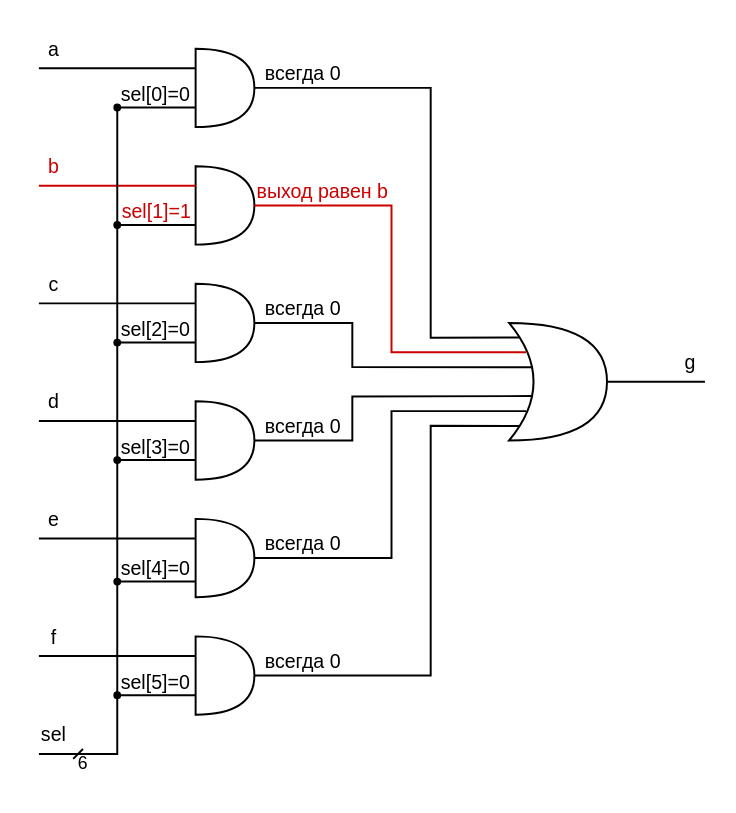
This is .pic/Introduction/How FPGA works/fig_10.drawio.svg from MPSU/APS, a draw.io export, as it was before one commit. Source tidied: cells renumbered, new cells last; positions are measured from the earlier drawing's top-left corner, leaving out a move shared by most shapes.
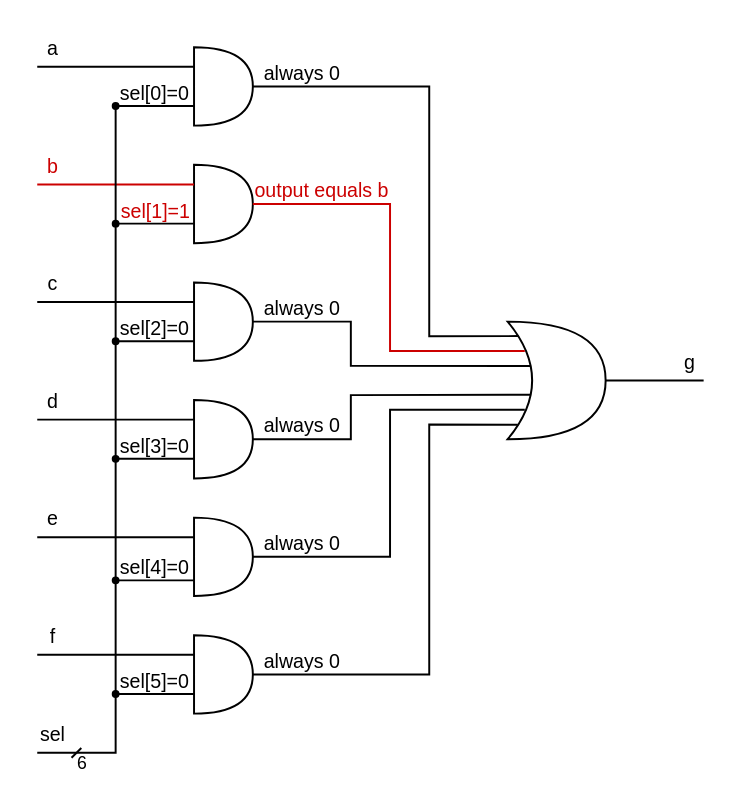
The same diagram one commit later.

What changed in the source:
```diff
@@ -211,22 +211,22 @@
     <mxCell id="44" value="g" style="text;html=1;align=center;verticalAlign=middle;strokeColor=none;fillColor=none;fontSize=20;fontColor=#000000;strokeWidth=2;" parent="1" vertex="1">
       <mxGeometry x="660" y="320" width="30" height="40" as="geometry" />
     </mxCell>
-    <mxCell id="45" value="&lt;font style=&quot;font-size: 20px;&quot;&gt;всегда 0&lt;br&gt;&lt;/font&gt;" style="text;html=1;strokeColor=none;fillColor=none;align=center;verticalAlign=middle;whiteSpace=wrap;rounded=0;fontSize=11;fontColor=#000000;" parent="1" vertex="1">
+    <mxCell id="45" value="&lt;font style=&quot;font-size: 20px;&quot;&gt;always 0&lt;br&gt;&lt;/font&gt;" style="text;html=1;strokeColor=none;fillColor=none;align=center;verticalAlign=middle;whiteSpace=wrap;rounded=0;fontSize=11;fontColor=#000000;" parent="1" vertex="1">
       <mxGeometry x="230" y="30" width="100" height="30" as="geometry" />
     </mxCell>
-    <mxCell id="46" value="&lt;font style=&quot;font-size: 20px;&quot;&gt;всегда 0&lt;br&gt;&lt;/font&gt;" style="text;html=1;strokeColor=none;fillColor=none;align=center;verticalAlign=middle;whiteSpace=wrap;rounded=0;fontSize=11;fontColor=#000000;" parent="1" vertex="1">
+    <mxCell id="46" value="&lt;font style=&quot;font-size: 20px;&quot;&gt;always 0&lt;/font&gt;" style="text;html=1;strokeColor=none;fillColor=none;align=center;verticalAlign=middle;whiteSpace=wrap;rounded=0;fontSize=11;fontColor=#000000;" parent="1" vertex="1">
       <mxGeometry x="230" y="270" width="100" height="30" as="geometry" />
     </mxCell>
-    <mxCell id="47" value="&lt;font style=&quot;font-size: 20px;&quot;&gt;всегда 0&lt;br&gt;&lt;/font&gt;" style="text;html=1;strokeColor=none;fillColor=none;align=center;verticalAlign=middle;whiteSpace=wrap;rounded=0;fontSize=11;fontColor=#000000;" parent="1" vertex="1">
+    <mxCell id="47" value="&lt;font style=&quot;font-size: 20px;&quot;&gt;always 0&lt;/font&gt;" style="text;html=1;strokeColor=none;fillColor=none;align=center;verticalAlign=middle;whiteSpace=wrap;rounded=0;fontSize=11;fontColor=#000000;" parent="1" vertex="1">
       <mxGeometry x="230" y="390" width="100" height="30" as="geometry" />
     </mxCell>
-    <mxCell id="48" value="&lt;font style=&quot;font-size: 20px;&quot;&gt;всегда 0&lt;br&gt;&lt;/font&gt;" style="text;html=1;strokeColor=none;fillColor=none;align=center;verticalAlign=middle;whiteSpace=wrap;rounded=0;fontSize=11;fontColor=#000000;" parent="1" vertex="1">
+    <mxCell id="48" value="&lt;font style=&quot;font-size: 20px;&quot;&gt;always 0&lt;/font&gt;" style="text;html=1;strokeColor=none;fillColor=none;align=center;verticalAlign=middle;whiteSpace=wrap;rounded=0;fontSize=11;fontColor=#000000;" parent="1" vertex="1">
       <mxGeometry x="230" y="510" width="100" height="30" as="geometry" />
     </mxCell>
-    <mxCell id="49" value="&lt;font style=&quot;font-size: 20px;&quot;&gt;всегда 0&lt;br&gt;&lt;/font&gt;" style="text;html=1;strokeColor=none;fillColor=none;align=center;verticalAlign=middle;whiteSpace=wrap;rounded=0;fontSize=11;fontColor=#000000;" parent="1" vertex="1">
+    <mxCell id="49" value="&lt;font style=&quot;font-size: 20px;&quot;&gt;always 0&lt;/font&gt;" style="text;html=1;strokeColor=none;fillColor=none;align=center;verticalAlign=middle;whiteSpace=wrap;rounded=0;fontSize=11;fontColor=#000000;" parent="1" vertex="1">
       <mxGeometry x="230" y="630" width="100" height="30" as="geometry" />
     </mxCell>
-    <mxCell id="50" value="&lt;font style=&quot;font-size: 20px;&quot;&gt;выход равен b&lt;br&gt;&lt;/font&gt;" style="text;html=1;strokeColor=none;fillColor=none;align=center;verticalAlign=middle;whiteSpace=wrap;rounded=0;fontSize=11;fontColor=#CC0000;" parent="1" vertex="1">
+    <mxCell id="50" value="&lt;font style=&quot;font-size: 20px;&quot;&gt;output equals b&lt;br&gt;&lt;/font&gt;" style="text;html=1;strokeColor=none;fillColor=none;align=center;verticalAlign=middle;whiteSpace=wrap;rounded=0;fontSize=11;fontColor=#CC0000;" parent="1" vertex="1">
       <mxGeometry x="230" y="150" width="140" height="30" as="geometry" />
     </mxCell>
     <mxCell id="51" value="6" style="text;html=1;align=center;verticalAlign=middle;strokeColor=none;fillColor=none;fontSize=18;fontColor=#000000;strokeWidth=2;" parent="1" vertex="1">
```
